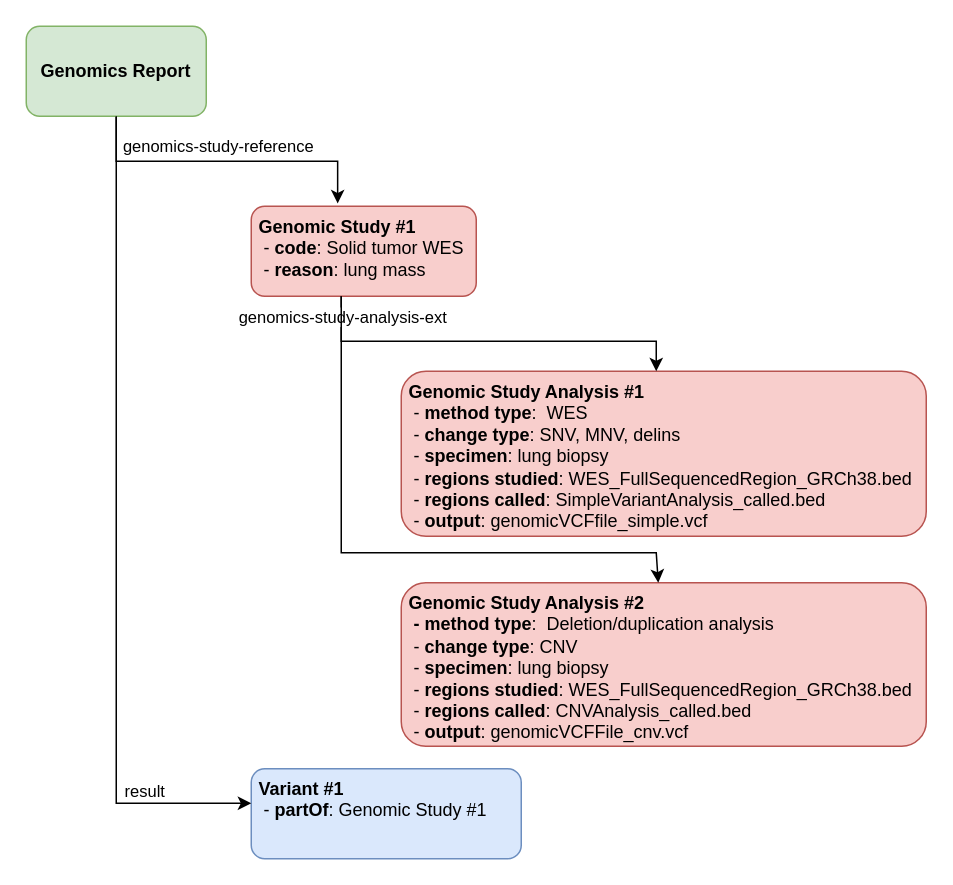
HL7/genomics-reporting keeps this draw.io diagram as input/images/genomicStudy.drawio. Above is the earlier version. Source tidied: cells renumbered, new cells numbered last; positions are measured from the earlier drawing's top-left corner, leaving out a move shared by most shapes. Both pictures are drawn from the tidied source at 150%, with x=0, y=0 at pixel (26, 26).
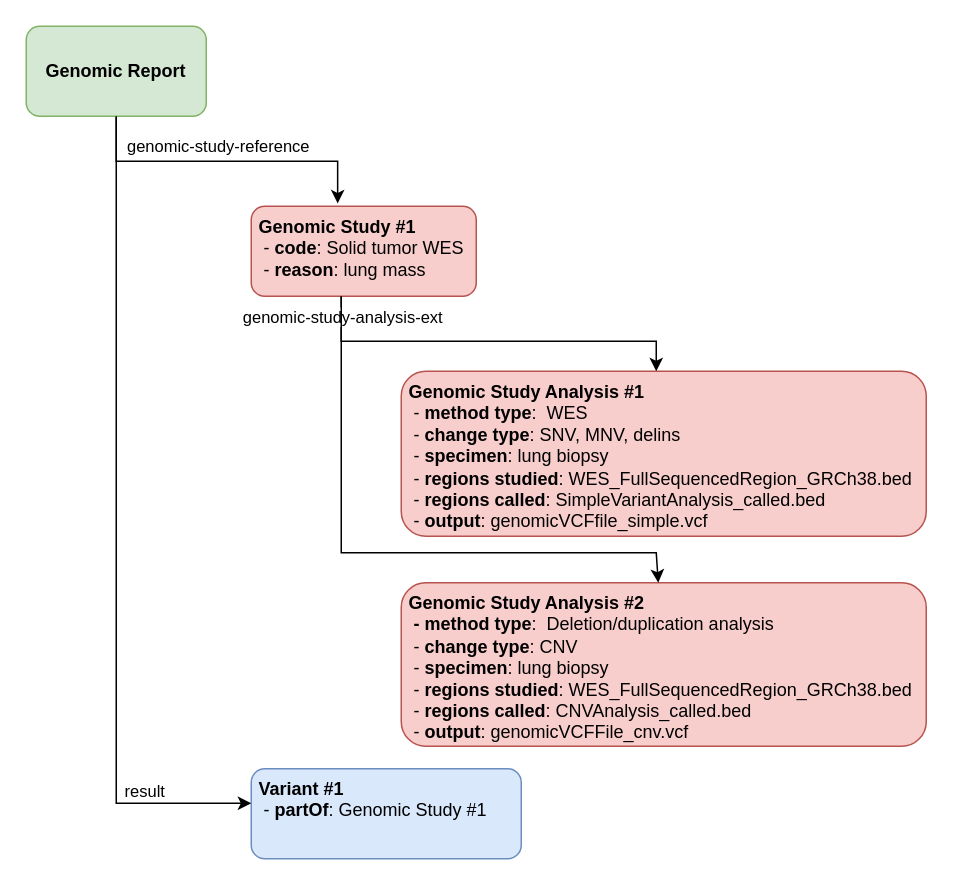
The same page after the edit.

Diff of the diagram source:
```diff
@@
 <mxGraphModel>
   <root>
     <mxCell id="0" />
     <mxCell id="1" parent="0" />
-    <mxCell id="2" value="genomics-study-reference" style="edgeStyle=orthogonalEdgeStyle;rounded=0;jettySize=auto;html=1;exitX=0.5;exitY=1;exitDx=0;exitDy=0;entryX=0.384;entryY=-0.031;entryDx=0;entryDy=0;entryPerimeter=0;" parent="1" edge="1" source="3" target="4">
+    <mxCell id="2" value="genomic-study-reference" style="edgeStyle=orthogonalEdgeStyle;rounded=0;jettySize=auto;html=1;exitX=0.5;exitY=1;exitDx=0;exitDy=0;entryX=0.384;entryY=-0.031;entryDx=0;entryDy=0;entryPerimeter=0;" parent="1" edge="1" source="3" target="4">
       <mxGeometry x="-0.05" y="10" relative="1" as="geometry" />
     </mxCell>
-    <mxCell id="3" value="Genomics Report" style="rounded=1;whiteSpace=wrap;html=1;fillColor=#d5e8d4;strokeColor=#82b366;fontStyle=1;" parent="1" vertex="1">
+    <mxCell id="3" value="Genomic Report" style="rounded=1;whiteSpace=wrap;html=1;fillColor=#d5e8d4;strokeColor=#82b366;fontStyle=1;" parent="1" vertex="1">
       <mxGeometry width="120" height="60" as="geometry" />
     </mxCell>
     <mxCell id="4" value="&amp;nbsp;Genomic Study #1&lt;br&gt;&lt;span style=&quot;font-weight: normal;&quot;&gt;&amp;nbsp; - &lt;/span&gt;code&lt;span style=&quot;font-weight: normal;&quot;&gt;: Solid tumor WES&lt;br&gt;&amp;nbsp; - &lt;/span&gt;reason&lt;span style=&quot;font-weight: normal;&quot;&gt;: lung mass&lt;br&gt;&lt;/span&gt;" style="rounded=1;whiteSpace=wrap;html=1;fillColor=#f8cecc;strokeColor=#b85450;fontStyle=1;align=left;verticalAlign=top;" parent="1" vertex="1">
       <mxGeometry x="150" y="120" width="150" height="60" as="geometry" />
     </mxCell>
     <mxCell id="5" value="&amp;nbsp;Genomic Study Analysis #1&lt;br&gt;&lt;span style=&quot;font-weight: normal;&quot;&gt;&amp;nbsp; - &lt;/span&gt;method type&lt;span style=&quot;font-weight: normal;&quot;&gt;:&amp;nbsp; WES&lt;br&gt;&lt;/span&gt;&amp;nbsp;&lt;span style=&quot;font-weight: normal;&quot;&gt; - &lt;/span&gt;change type&lt;span style=&quot;font-weight: normal;&quot;&gt;: SNV, MNV, delins&lt;br&gt;&amp;nbsp; - &lt;/span&gt;specimen&lt;span style=&quot;font-weight: normal;&quot;&gt;: lung biopsy&lt;br&gt;&lt;/span&gt;&lt;span style=&quot;font-weight: normal;&quot;&gt;&amp;nbsp; - &lt;/span&gt;regions studied&lt;span style=&quot;font-weight: normal;&quot;&gt;:&amp;nbsp;WES_FullSequencedRegion_GRCh38.bed&lt;br&gt;&amp;nbsp; - &lt;/span&gt;regions called&lt;span style=&quot;font-weight: normal;&quot;&gt;: SimpleVariantAnalysis_called.bed&lt;br&gt;&amp;nbsp; - &lt;/span&gt;output&lt;span style=&quot;font-weight: normal;&quot;&gt;: genomicVCFfile_simple.vcf&lt;br&gt;&lt;/span&gt;" style="rounded=1;whiteSpace=wrap;html=1;fillColor=#f8cecc;strokeColor=#b85450;fontStyle=1;verticalAlign=top;align=left;" parent="1" vertex="1">
       <mxGeometry x="250" y="230" width="350" height="110" as="geometry" />
     </mxCell>
     <mxCell id="6" style="endArrow=classic;html=1;rounded=0;exitX=0.5;exitY=1;exitDx=0;exitDy=0;" parent="1" edge="1">
       <mxGeometry relative="1" as="geometry">
         <mxPoint x="210" y="180" as="sourcePoint" />
         <mxPoint x="420" y="230" as="targetPoint" />
         <Array as="points">
           <mxPoint x="210" y="210" />
           <mxPoint x="420" y="210" />
         </Array>
       </mxGeometry>
     </mxCell>
-    <mxCell id="7" value="genomics-study-analysis-ext" style="edgeLabel;html=1;align=center;verticalAlign=middle;" parent="6" vertex="1">
+    <mxCell id="7" value="genomic-study-analysis-ext" style="edgeLabel;html=1;align=center;verticalAlign=middle;" parent="6" vertex="1">
       <mxGeometry x="-0.81" y="1" relative="1" as="geometry">
         <mxPoint x="-1" y="-12" as="offset" />
       </mxGeometry>
     </mxCell>
     <mxCell id="8" value="&amp;nbsp;Genomic Study Analysis #2&lt;br&gt;&amp;nbsp; -&amp;nbsp;method type&lt;span style=&quot;border-color: var(--border-color); font-weight: normal;&quot;&gt;:&amp;nbsp; Deletion/duplication analysis&lt;/span&gt;&lt;span style=&quot;font-weight: normal;&quot;&gt;&lt;br&gt;&amp;nbsp; - &lt;/span&gt;change type&lt;span style=&quot;font-weight: normal;&quot;&gt;: CNV&lt;br&gt;&amp;nbsp; - &lt;/span&gt;specimen&lt;span style=&quot;font-weight: normal;&quot;&gt;: lung biopsy&lt;br&gt;&amp;nbsp; - &lt;/span&gt;regions studied&lt;span style=&quot;font-weight: normal;&quot;&gt;:&amp;nbsp;WES_FullSequencedRegion_GRCh38.bed&lt;br&gt;&amp;nbsp; - &lt;/span&gt;regions called&lt;span style=&quot;font-weight: normal;&quot;&gt;: CNVAnalysis_called.bed&lt;br&gt;&amp;nbsp; - &lt;/span&gt;output&lt;span style=&quot;font-weight: normal;&quot;&gt;: genomicVCFFile_cnv.vcf&lt;br&gt;&lt;/span&gt;" style="rounded=1;whiteSpace=wrap;html=1;fillColor=#f8cecc;strokeColor=#b85450;fontStyle=1;verticalAlign=top;align=left;" parent="1" vertex="1">
       <mxGeometry x="250" y="371" width="350" height="109" as="geometry" />
     </mxCell>
     <mxCell id="9" style="endArrow=classic;html=1;rounded=0;" parent="1" edge="1" target="8">
       <mxGeometry relative="1" as="geometry">
         <mxPoint x="210" y="180" as="sourcePoint" />
         <Array as="points">
           <mxPoint x="210" y="351" />
           <mxPoint x="420" y="351" />
         </Array>
       </mxGeometry>
     </mxCell>
     <mxCell id="10" value="&amp;nbsp;Variant #1&lt;br&gt;&lt;span style=&quot;font-weight: normal;&quot;&gt;&amp;nbsp; - &lt;/span&gt;partOf&lt;span style=&quot;font-weight: normal;&quot;&gt;: Genomic Study #1&lt;/span&gt;" style="rounded=1;whiteSpace=wrap;html=1;fillColor=#dae8fc;strokeColor=#6c8ebf;fontStyle=1;align=left;verticalAlign=top;" parent="1" vertex="1">
       <mxGeometry x="150" y="495" width="180" height="60" as="geometry" />
     </mxCell>
     <mxCell id="11" value="result" style="edgeStyle=orthogonalEdgeStyle;rounded=0;jettySize=auto;html=1;exitX=0.5;exitY=1;exitDx=0;exitDy=0;" parent="1" edge="1" source="3" target="10">
       <mxGeometry x="0.74" y="8" relative="1" as="geometry">
         <Array as="points">
           <mxPoint x="60" y="518" />
         </Array>
       </mxGeometry>
     </mxCell>
   </root>
 </mxGraphModel>
```
